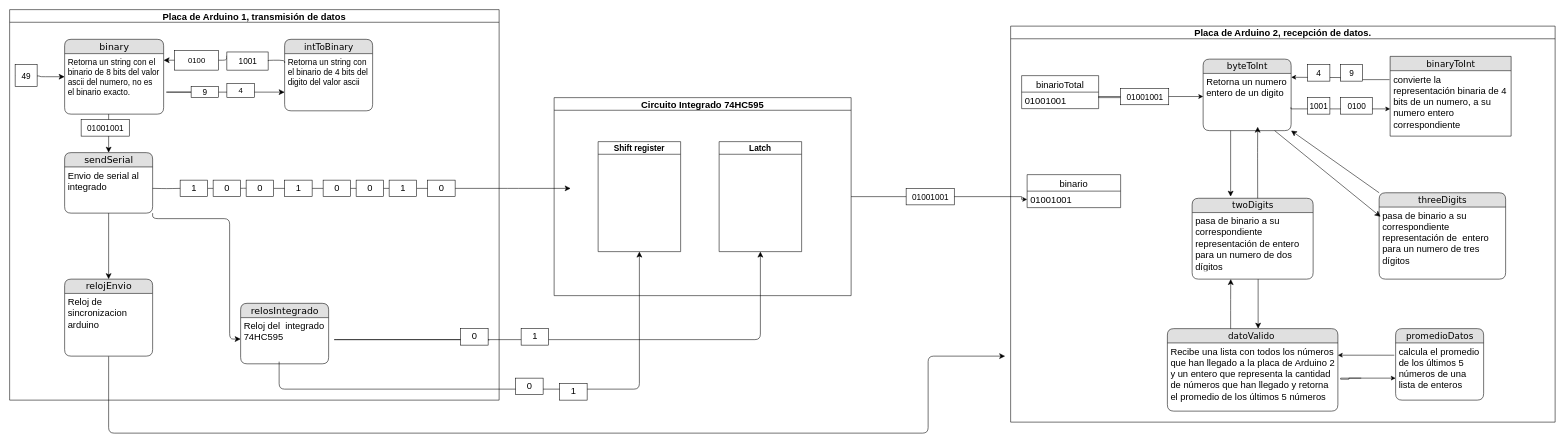
This is Untitled Diagram.drawio from daniela0020/bhjl, a draw.io file, before an edit. Source tidied: cells renumbered, new cells numbered last; positions are measured from the earlier drawing's top-left corner, leaving out a move shared by most shapes. Both pictures are drawn from the tidied source at 55%, with x=0, y=0 at pixel (9, 9).
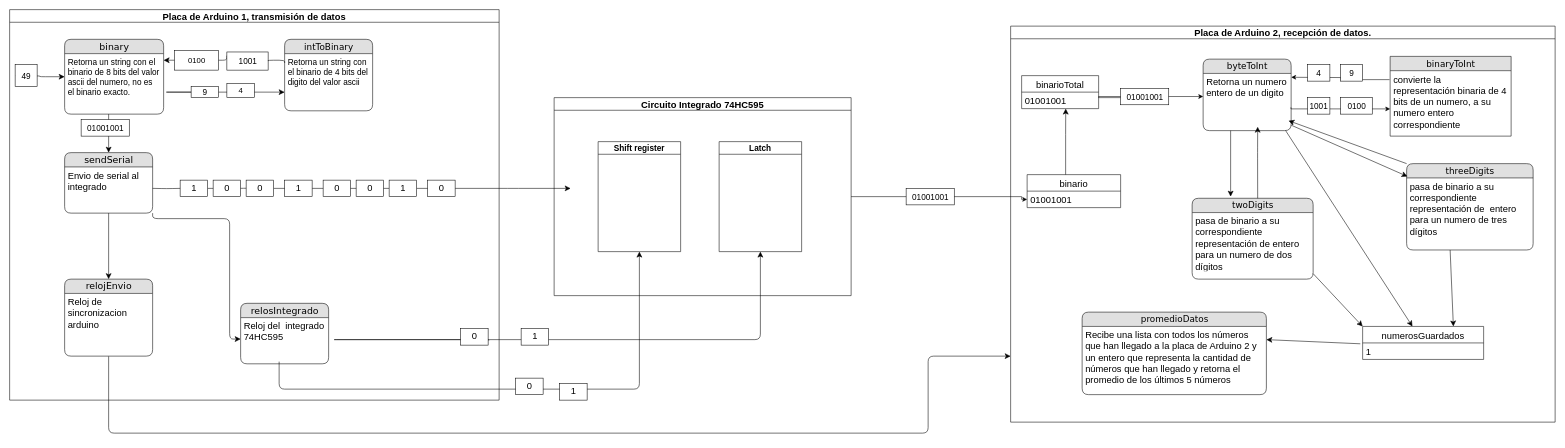
After the change.

The change refers to these unchanged cells:
```xml
<mxCell id="27" value="&lt;font style=&quot;font-size: 17px&quot;&gt;relojEnvio&lt;/font&gt;" style="swimlane;html=1;fontStyle=0;horizontal=1;startSize=26;fillColor=#e0e0e0;swimlaneFillColor=#ffffff;align=center;rounded=1;shadow=0;comic=0;labelBackgroundColor=none;strokeWidth=1;fontFamily=Verdana;fontSize=12;" parent="12" vertex="1">
  <mxGeometry x="100" y="490" width="160" height="140" as="geometry" />
</mxCell>
<mxCell id="47" value="Placa de Arduino 2, recepción de datos." style="swimlane;fontSize=17;" parent="1" vertex="1">
  <mxGeometry x="1820" y="30" width="990" height="720" as="geometry" />
</mxCell>
<mxCell id="52" value="&lt;font size=&quot;3&quot;&gt;byteToInt&lt;/font&gt;" style="swimlane;html=1;fontStyle=0;horizontal=1;startSize=26;fillColor=#e0e0e0;swimlaneFillColor=#ffffff;align=center;rounded=1;shadow=0;comic=0;labelBackgroundColor=none;strokeWidth=1;fontFamily=Verdana;fontSize=12;" parent="47" vertex="1">
  <mxGeometry x="350" y="60" width="160" height="130" as="geometry" />
</mxCell>
<mxCell id="53" value="&lt;font style=&quot;font-size: 17px&quot;&gt;Retorna un numero entero de un digito&amp;nbsp;&lt;/font&gt;" style="text;html=1;strokeColor=none;fillColor=none;spacingLeft=4;spacingRight=4;whiteSpace=wrap;overflow=hidden;points=[[0,0.5],[1,0.5]];portConstraint=eastwest;" parent="52" vertex="1">
  <mxGeometry y="26" width="160" height="84" as="geometry" />
</mxCell>
<mxCell id="77" value="&lt;div&gt;&lt;span style=&quot;font-size: 17px&quot;&gt;pasa de binario a su correspondiente representación&amp;nbsp;de&amp;nbsp;&amp;nbsp;&lt;/span&gt;&lt;span style=&quot;font-size: 17px&quot;&gt;entero para un numero de tres&amp;nbsp;&lt;/span&gt;&lt;/div&gt;&lt;span style=&quot;font-size: 17px&quot;&gt;dígitos&lt;/span&gt;&lt;div&gt;&lt;span style=&quot;font-size: 17px&quot;&gt;&amp;nbsp;&lt;/span&gt;&lt;/div&gt;" style="text;html=1;strokeColor=none;fillColor=none;spacingLeft=4;spacingRight=4;whiteSpace=wrap;overflow=hidden;points=[[0,0.5],[1,0.5]];portConstraint=eastwest;" parent="76" vertex="1">
  <mxGeometry y="26" width="230" height="114" as="geometry" />
</mxCell>
```

The edit, as a diff of the source:
```diff
@@
     <mxCell id="7" style="edgeStyle=orthogonalEdgeStyle;html=1;labelBackgroundColor=none;startFill=0;startSize=8;endFill=1;endSize=8;fontFamily=Verdana;fontSize=12;exitX=0.5;exitY=1;exitDx=0;exitDy=0;" parent="1" edge="1" source="27">
       <mxGeometry x="-0.13" y="32" relative="1" as="geometry">
-        <mxPoint x="1810" y="630" as="targetPoint" />
+        <mxPoint x="1820" y="630" as="targetPoint" />
         <Array as="points">
           <mxPoint x="180" y="770" />
           <mxPoint x="1670" y="770" />
           <mxPoint x="1670" y="630" />
         </Array>
       </mxGeometry>
     </mxCell>
@@
     <mxCell id="56" value="&lt;font size=&quot;3&quot;&gt;promedioDatos&lt;/font&gt;" style="swimlane;html=1;fontStyle=0;horizontal=1;startSize=26;fillColor=#e0e0e0;swimlaneFillColor=#ffffff;align=center;rounded=1;shadow=0;comic=0;labelBackgroundColor=none;strokeWidth=1;fontFamily=Verdana;fontSize=12;" parent="47" vertex="1">
-      <mxGeometry x="700" y="550" width="160" height="130" as="geometry" />
+      <mxGeometry x="130" y="520" width="335" height="150" as="geometry" />
     </mxCell>
-    <mxCell id="57" style="edgeStyle=orthogonalEdgeStyle;rounded=0;jettySize=auto;html=1;fontSize=15;exitX=-0.015;exitY=0.266;exitDx=0;exitDy=0;exitPerimeter=0;" parent="56" edge="1" source="58">
-      <mxGeometry relative="1" as="geometry">
-        <mxPoint x="-105" y="48.3" as="targetPoint" />
-      </mxGeometry>
-    </mxCell>
-    <mxCell id="58" value="&lt;font style=&quot;font-size: 17px&quot;&gt;calcula el promedio de los últimos 5 números de una lista de enteros&lt;/font&gt;" style="text;html=1;strokeColor=none;fillColor=none;spacingLeft=4;spacingRight=4;whiteSpace=wrap;overflow=hidden;points=[[0,0.5],[1,0.5]];portConstraint=eastwest;" parent="56" vertex="1">
-      <mxGeometry y="26" width="160" height="84" as="geometry" />
+    <mxCell id="58" value="&lt;span style=&quot;font-size: 17px&quot;&gt;Recibe una lista con todos los números que han llegado a la placa de Arduino 2 y un entero que representa la cantidad de números que han llegado y retorna el promedio de los últimos 5 números&amp;nbsp;&lt;/span&gt;" style="text;html=1;strokeColor=none;fillColor=none;spacingLeft=4;spacingRight=4;whiteSpace=wrap;overflow=hidden;points=[[0,0.5],[1,0.5]];portConstraint=eastwest;" parent="56" vertex="1">
+      <mxGeometry y="26" width="335" height="124" as="geometry" />
     </mxCell>
@@
-    <mxCell id="69" value="&lt;font size=&quot;3&quot;&gt;datoValido&amp;nbsp;&lt;/font&gt;" style="swimlane;html=1;fontStyle=0;horizontal=1;startSize=26;fillColor=#e0e0e0;swimlaneFillColor=#ffffff;align=center;rounded=1;shadow=0;comic=0;labelBackgroundColor=none;strokeWidth=1;fontFamily=Verdana;fontSize=12;" parent="47" vertex="1">
-      <mxGeometry x="285" y="550" width="310" height="150" as="geometry" />
-    </mxCell>
-    <mxCell id="70" value="&lt;font style=&quot;font-size: 17px&quot;&gt;Recibe una lista con todos los números que han llegado a la placa de Arduino 2 y un entero que representa la cantidad de números que han llegado y retorna el promedio de los últimos 5 números&amp;nbsp;&lt;/font&gt;" style="text;html=1;strokeColor=none;fillColor=none;spacingLeft=4;spacingRight=4;whiteSpace=wrap;overflow=hidden;" parent="69" vertex="1">
-      <mxGeometry y="26" width="310" height="124" as="geometry" />
-    </mxCell>
@@
-    <mxCell id="73" style="edgeStyle=none;html=1;labelBackgroundColor=none;startFill=0;startSize=8;endFill=1;endSize=8;fontFamily=Verdana;fontSize=12;" parent="47" edge="1">
-      <mxGeometry relative="1" as="geometry">
-        <mxPoint x="450" y="460" as="sourcePoint" />
-        <mxPoint x="450" y="550" as="targetPoint" />
-      </mxGeometry>
-    </mxCell>
-    <mxCell id="74" style="edgeStyle=none;html=1;labelBackgroundColor=none;startFill=0;startSize=8;endFill=1;endSize=8;fontFamily=Verdana;fontSize=12;" parent="47" edge="1">
-      <mxGeometry relative="1" as="geometry">
-        <mxPoint x="400" y="550" as="sourcePoint" />
-        <mxPoint x="400.2" y="460" as="targetPoint" />
-        <Array as="points">
-          <mxPoint x="400" y="507" />
-        </Array>
-      </mxGeometry>
-    </mxCell>
-    <mxCell id="75" style="edgeStyle=orthogonalEdgeStyle;rounded=0;orthogonalLoop=1;jettySize=auto;html=1;fontSize=15;entryX=0;entryY=0.5;entryDx=0;entryDy=0;exitX=1;exitY=0.5;exitDx=0;exitDy=0;startArrow=none;" parent="47" edge="1">
-      <mxGeometry relative="1" as="geometry">
-        <mxPoint x="637.5" y="640" as="sourcePoint" />
-        <mxPoint x="700" y="640" as="targetPoint" />
-        <Array as="points">
-          <mxPoint x="600" y="640" />
-          <mxPoint x="600" y="642" />
-          <mxPoint x="615" y="642" />
-          <mxPoint x="615" y="640" />
-        </Array>
-      </mxGeometry>
-    </mxCell>
     <mxCell id="76" value="&lt;font size=&quot;3&quot;&gt;threeDigits&lt;/font&gt;" style="swimlane;html=1;fontStyle=0;horizontal=1;startSize=26;fillColor=#e0e0e0;swimlaneFillColor=#ffffff;align=center;rounded=1;shadow=0;comic=0;labelBackgroundColor=none;strokeWidth=1;fontFamily=Verdana;fontSize=12;" parent="47" vertex="1">
-      <mxGeometry x="670" y="303" width="230" height="157" as="geometry" />
+      <mxGeometry x="720" y="250" width="230" height="157" as="geometry" />
     </mxCell>
@@
-    <mxCell id="78" style="edgeStyle=none;html=1;labelBackgroundColor=none;startFill=0;startSize=8;endFill=1;endSize=8;fontFamily=Verdana;fontSize=12;exitX=0;exitY=0;exitDx=0;exitDy=0;entryX=1;entryY=1;entryDx=0;entryDy=0;" parent="47" edge="1" source="76" target="52">
+    <mxCell id="78" style="edgeStyle=none;html=1;labelBackgroundColor=none;startFill=0;startSize=8;endFill=1;endSize=8;fontFamily=Verdana;fontSize=12;exitX=0;exitY=0;exitDx=0;exitDy=0;entryX=0.971;entryY=1.023;entryDx=0;entryDy=0;entryPerimeter=0;" parent="47" edge="1" source="76" target="53">
       <mxGeometry relative="1" as="geometry" />
     </mxCell>
-    <mxCell id="79" style="edgeStyle=none;html=1;labelBackgroundColor=none;startFill=0;startSize=8;endFill=1;endSize=8;fontFamily=Verdana;fontSize=12;entryX=0.011;entryY=0.153;entryDx=0;entryDy=0;entryPerimeter=0;" parent="47" edge="1" target="77">
+    <mxCell id="79" style="edgeStyle=none;html=1;labelBackgroundColor=none;startFill=0;startSize=8;endFill=1;endSize=8;fontFamily=Verdana;fontSize=12;entryX=0.006;entryY=-0.024;entryDx=0;entryDy=0;entryPerimeter=0;" parent="47" edge="1" target="77">
       <mxGeometry relative="1" as="geometry">
-        <mxPoint x="480" y="190" as="sourcePoint" />
+        <mxPoint x="510" y="180" as="sourcePoint" />
       </mxGeometry>
     </mxCell>
+    <mxCell id="87" value="numerosGuardados" style="swimlane;fontStyle=0;horizontal=1;startSize=30;fontSize=17;" parent="47" vertex="1">
+      <mxGeometry x="640" y="546" width="220" height="60" as="geometry" />
+    </mxCell>
+    <mxCell id="88" value="1" style="text;strokeColor=none;fillColor=none;align=left;verticalAlign=middle;spacingLeft=4;spacingRight=4;overflow=hidden;points=[[0,0.5],[1,0.5]];portConstraint=eastwest;fontSize=17;" parent="87" vertex="1">
+      <mxGeometry y="30" width="220" height="30" as="geometry" />
+    </mxCell>
+    <mxCell id="89" style="edgeStyle=none;html=1;labelBackgroundColor=none;startFill=0;startSize=8;endFill=1;endSize=8;fontFamily=Verdana;fontSize=12;exitX=1.018;exitY=1.045;exitDx=0;exitDy=0;exitPerimeter=0;entryX=0;entryY=0;entryDx=0;entryDy=0;" parent="47" edge="1" target="87">
+      <mxGeometry relative="1" as="geometry">
+        <mxPoint x="550" y="450" as="sourcePoint" />
+      </mxGeometry>
+    </mxCell>
+    <mxCell id="90" style="edgeStyle=none;html=1;labelBackgroundColor=none;startFill=0;startSize=8;endFill=1;endSize=8;fontFamily=Verdana;fontSize=12;exitX=-0.019;exitY=0.052;exitDx=0;exitDy=0;entryX=1;entryY=1;entryDx=0;entryDy=0;exitPerimeter=0;" parent="47" edge="1" source="88">
+      <mxGeometry relative="1" as="geometry">
+        <mxPoint x="465" y="570" as="targetPoint" />
+      </mxGeometry>
+    </mxCell>
+    <mxCell id="91" style="edgeStyle=none;html=1;labelBackgroundColor=none;startFill=0;startSize=8;endFill=1;endSize=8;fontFamily=Verdana;fontSize=12;exitX=0.5;exitY=1;exitDx=0;exitDy=0;entryX=0.75;entryY=0;entryDx=0;entryDy=0;" parent="47" edge="1" target="87">
+      <mxGeometry relative="1" as="geometry">
+        <mxPoint x="799.1" y="407" as="sourcePoint" />
+      </mxGeometry>
+    </mxCell>
+    <mxCell id="92" style="edgeStyle=none;html=1;labelBackgroundColor=none;startFill=0;startSize=8;endFill=1;endSize=8;fontFamily=Verdana;fontSize=12;" parent="47" edge="1">
+      <mxGeometry relative="1" as="geometry">
+        <mxPoint x="100" y="270" as="sourcePoint" />
+        <mxPoint x="100.2" y="150" as="targetPoint" />
+        <Array as="points">
+          <mxPoint x="100" y="197" />
+        </Array>
+      </mxGeometry>
+    </mxCell>
+    <mxCell id="93" style="edgeStyle=none;html=1;labelBackgroundColor=none;startFill=0;startSize=8;endFill=1;endSize=8;fontFamily=Verdana;fontSize=12;exitX=0.5;exitY=1;exitDx=0;exitDy=0;" parent="47" edge="1" target="87">
+      <mxGeometry relative="1" as="geometry">
+        <mxPoint x="500" y="190" as="sourcePoint" />
+      </mxGeometry>
+    </mxCell>
```
